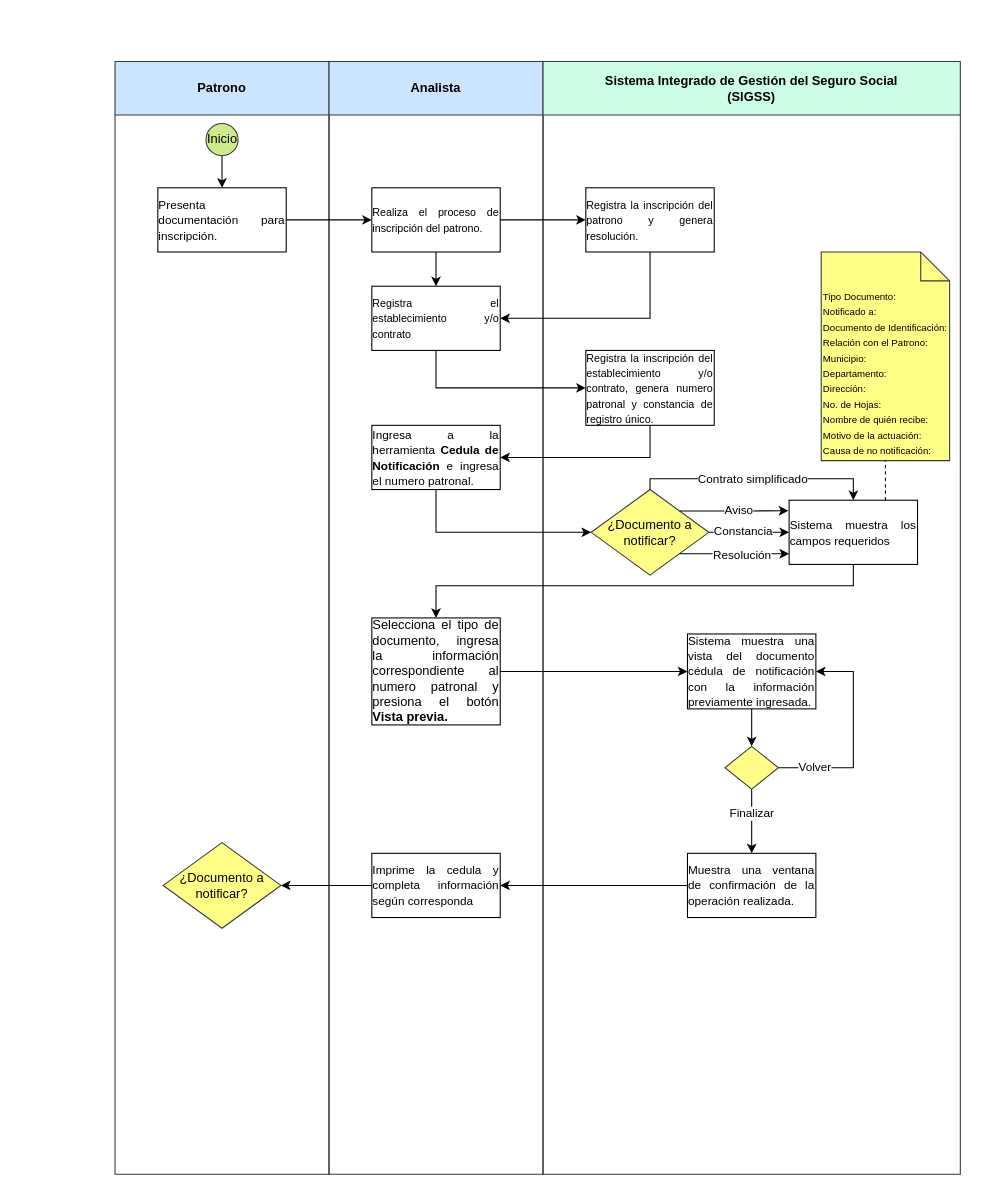
Above: Diagrama sin título.drawio in allanasturias94-design/POO (draw.io), before the change. Source tidied: cells renumbered, new cells numbered last; positions are measured from the earlier drawing's top-left corner, leaving out a move shared by most shapes. Both pictures are drawn from the tidied source at 107%, with x=0, y=0 at pixel (114, 61).
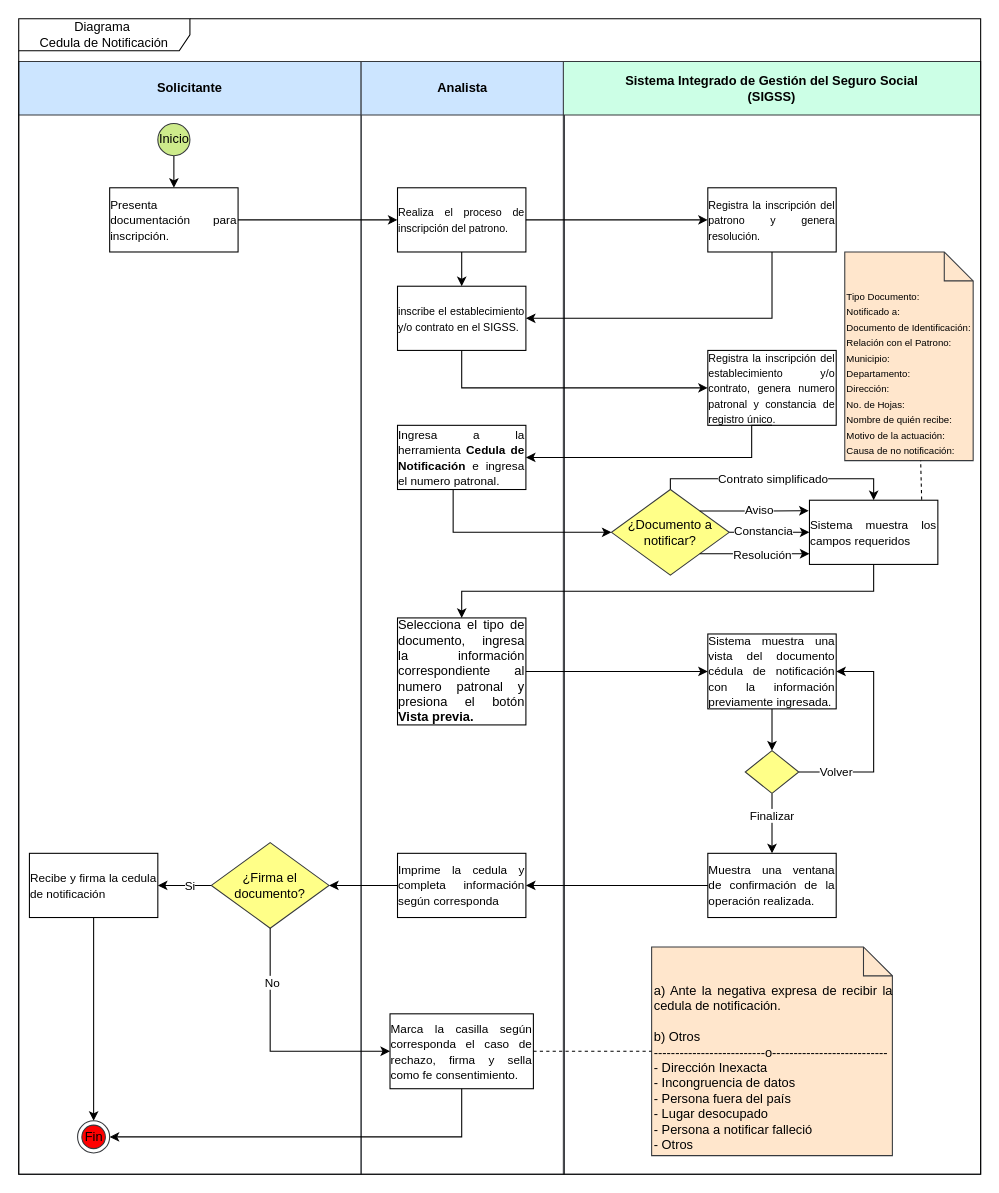
After the change.

The change refers to these unchanged cells:
```xml
<mxCell id="21" value="¿Documento a notificar?" style="rhombus;whiteSpace=wrap;html=1;shapeInside=1;rounded=0;fillColor=#ffff88;strokeColor=#36393d;" parent="14" vertex="1">
  <mxGeometry x="45" y="400" width="110" height="80" as="geometry" />
</mxCell>
<mxCell id="22" value="&lt;div style=&quot;text-align: justify;&quot;&gt;&lt;span style=&quot;font-size: 11px; background-color: transparent; color: light-dark(rgb(0, 0, 0), rgb(255, 255, 255));&quot;&gt;Sistema muestra los campos requeridos&lt;/span&gt;&lt;/div&gt;" style="whiteSpace=wrap;html=1;rounded=0;" parent="14" vertex="1">
  <mxGeometry x="230" y="410" width="120" height="60" as="geometry" />
</mxCell>
<mxCell id="30" value="&lt;div style=&quot;text-align: justify;&quot;&gt;&lt;span style=&quot;background-color: transparent; color: light-dark(rgb(0, 0, 0), rgb(255, 255, 255));&quot;&gt;&lt;font style=&quot;font-size: 11px;&quot;&gt;Sistema muestra una vista del documento cédula de notificación con la información previamente ingresada.&lt;/font&gt;&lt;/span&gt;&lt;/div&gt;" style="whiteSpace=wrap;html=1;rounded=0;" parent="14" vertex="1">
  <mxGeometry x="135" y="535" width="120" height="70" as="geometry" />
</mxCell>
```

Change to the diagram source:
```diff
@@
-    <mxCell id="2" value="Patrono" style="swimlane;whiteSpace=wrap;html=1;startSize=50;fillColor=#cce5ff;strokeColor=#36393d;" parent="1" vertex="1">
-      <mxGeometry width="200" height="1040" as="geometry" />
+    <mxCell id="2" value="Solicitante" style="swimlane;whiteSpace=wrap;html=1;startSize=50;fillColor=#cce5ff;strokeColor=#36393d;" parent="1" vertex="1">
+      <mxGeometry x="-90" width="320" height="1040" as="geometry" />
     </mxCell>
@@
     <mxCell id="4" value="Inicio" style="ellipse;fillColor=#cdeb8b;html=1;strokeColor=#36393d;" parent="2" vertex="1">
-      <mxGeometry x="85" y="58" width="30" height="30" as="geometry" />
+      <mxGeometry x="130" y="58" width="30" height="30" as="geometry" />
     </mxCell>
     <mxCell id="5" value="&lt;div style=&quot;text-align: justify;&quot;&gt;&lt;span style=&quot;background-color: transparent; color: light-dark(rgb(0, 0, 0), rgb(255, 255, 255));&quot;&gt;&lt;font style=&quot;font-size: 11px;&quot;&gt;Presenta documentación para inscripción.&lt;/font&gt;&lt;/span&gt;&lt;/div&gt;" style="rounded=0;whiteSpace=wrap;html=1;" parent="2" vertex="1">
-      <mxGeometry x="40" y="118" width="120" height="60" as="geometry" />
+      <mxGeometry x="85" y="118" width="120" height="60" as="geometry" />
     </mxCell>
+    <mxCell id="47" style="edgeStyle=orthogonalEdgeStyle;rounded=0;jettySize=auto;html=1;" parent="2" edge="1" source="6" target="50">
+      <mxGeometry relative="1" as="geometry" />
+    </mxCell>
+    <mxCell id="48" value="Si" style="edgeLabel;html=1;align=center;verticalAlign=middle;" parent="47" vertex="1">
+      <mxGeometry x="-0.32" relative="1" as="geometry">
+        <mxPoint x="-4" as="offset" />
+      </mxGeometry>
+    </mxCell>
-    <mxCell id="6" value="¿Documento a notificar?" style="rhombus;whiteSpace=wrap;html=1;shapeInside=1;rounded=0;fillColor=#ffff88;strokeColor=#36393d;" parent="2" vertex="1">
-      <mxGeometry x="45" y="730" width="110" height="80" as="geometry" />
+    <mxCell id="6" value="¿Firma el documento?" style="rhombus;whiteSpace=wrap;html=1;shapeInside=1;rounded=0;fillColor=#ffff88;strokeColor=#36393d;" parent="2" vertex="1">
+      <mxGeometry x="180" y="730" width="110" height="80" as="geometry" />
     </mxCell>
+    <mxCell id="49" style="edgeStyle=orthogonalEdgeStyle;rounded=0;jettySize=auto;html=1;entryX=0.5;entryY=0;entryDx=0;entryDy=0;" parent="2" edge="1" source="50" target="51">
+      <mxGeometry relative="1" as="geometry" />
+    </mxCell>
+    <mxCell id="50" value="&lt;div style=&quot;text-align: justify;&quot;&gt;&lt;span style=&quot;background-color: transparent; color: light-dark(rgb(0, 0, 0), rgb(255, 255, 255));&quot;&gt;&lt;font style=&quot;font-size: 11px;&quot;&gt;Recibe y firma la cedula de notificación&lt;/font&gt;&lt;/span&gt;&lt;/div&gt;" style="whiteSpace=wrap;html=1;rounded=0;" parent="2" vertex="1">
+      <mxGeometry x="10" y="740" width="120" height="60" as="geometry" />
+    </mxCell>
+    <mxCell id="51" value="Fin" style="ellipse;html=1;shape=endState;fillColor=#FF0000;strokeColor=#36393d;" parent="2" vertex="1">
+      <mxGeometry x="55" y="990" width="30" height="30" as="geometry" />
+    </mxCell>
     <mxCell id="7" value="Analista" style="swimlane;whiteSpace=wrap;html=1;startSize=50;fillColor=#cce5ff;strokeColor=#36393d;" parent="1" vertex="1">
-      <mxGeometry x="200" width="200" height="1040" as="geometry" />
+      <mxGeometry x="230" width="190" height="1040" as="geometry" />
     </mxCell>
+    <mxCell id="13" value="&lt;div style=&quot;text-align: justify;&quot;&gt;&lt;span style=&quot;background-color: transparent; color: light-dark(rgb(0, 0, 0), rgb(255, 255, 255));&quot;&gt;&lt;font style=&quot;font-size: 11px;&quot;&gt;Imprime la cedula y completa información según corresponda&lt;/font&gt;&lt;/span&gt;&lt;/div&gt;" style="whiteSpace=wrap;html=1;rounded=0;" parent="7" vertex="1">
+      <mxGeometry x="34" y="740" width="120" height="60" as="geometry" />
+    </mxCell>
@@
     <mxCell id="9" value="&lt;div style=&quot;text-align: justify;&quot;&gt;&lt;span style=&quot;font-size: x-small; background-color: transparent; color: light-dark(rgb(0, 0, 0), rgb(255, 255, 255));&quot;&gt;Realiza el proceso de inscripción del patrono.&lt;/span&gt;&lt;/div&gt;" style="whiteSpace=wrap;html=1;rounded=0;" parent="7" vertex="1">
-      <mxGeometry x="40" y="118" width="120" height="60" as="geometry" />
+      <mxGeometry x="34" y="118" width="120" height="60" as="geometry" />
     </mxCell>
-    <mxCell id="10" value="&lt;div style=&quot;text-align: justify;&quot;&gt;&lt;span style=&quot;font-size: x-small; background-color: transparent; color: light-dark(rgb(0, 0, 0), rgb(255, 255, 255));&quot;&gt;Registra el establecimiento y/o contrato&lt;/span&gt;&lt;/div&gt;" style="whiteSpace=wrap;html=1;rounded=0;" parent="7" vertex="1">
-      <mxGeometry x="40" y="210" width="120" height="60" as="geometry" />
+    <mxCell id="10" value="&lt;div style=&quot;text-align: justify;&quot;&gt;&lt;span style=&quot;font-size: x-small; background-color: transparent; color: light-dark(rgb(0, 0, 0), rgb(255, 255, 255));&quot;&gt;inscribe el establecimiento y/o contrato en el SIGSS.&lt;/span&gt;&lt;/div&gt;" style="whiteSpace=wrap;html=1;rounded=0;" parent="7" vertex="1">
+      <mxGeometry x="34" y="210" width="120" height="60" as="geometry" />
     </mxCell>
     <mxCell id="11" value="&lt;div style=&quot;text-align: justify;&quot;&gt;&lt;span style=&quot;font-size: 11px; background-color: transparent; color: light-dark(rgb(0, 0, 0), rgb(255, 255, 255));&quot;&gt;Ingresa a la herramienta &lt;b&gt;Cedula de Notificación&lt;/b&gt; e ingresa el numero patronal.&lt;/span&gt;&lt;/div&gt;" style="whiteSpace=wrap;html=1;rounded=0;" parent="7" vertex="1">
-      <mxGeometry x="40" y="340" width="120" height="60" as="geometry" />
+      <mxGeometry x="34" y="340" width="120" height="60" as="geometry" />
     </mxCell>
     <mxCell id="12" value="&lt;div style=&quot;text-align: justify;&quot;&gt;&lt;span style=&quot;background-color: transparent; color: light-dark(rgb(0, 0, 0), rgb(255, 255, 255));&quot;&gt;Selecciona el tipo de documento, ingresa la información correspondiente al numero patronal y presiona el botón &lt;b&gt;Vista previa.&lt;/b&gt;&lt;/span&gt;&lt;/div&gt;" style="whiteSpace=wrap;html=1;rounded=0;" parent="7" vertex="1">
-      <mxGeometry x="40" y="520" width="120" height="100" as="geometry" />
+      <mxGeometry x="34" y="520" width="120" height="100" as="geometry" />
     </mxCell>
-    <mxCell id="13" value="&lt;div style=&quot;text-align: justify;&quot;&gt;&lt;span style=&quot;background-color: transparent; color: light-dark(rgb(0, 0, 0), rgb(255, 255, 255));&quot;&gt;&lt;font style=&quot;font-size: 11px;&quot;&gt;Imprime la cedula y completa información según corresponda&lt;/font&gt;&lt;/span&gt;&lt;/div&gt;" style="whiteSpace=wrap;html=1;rounded=0;" parent="7" vertex="1">
-      <mxGeometry x="40" y="740" width="120" height="60" as="geometry" />
-    </mxCell>
+    <mxCell id="52" value="&lt;div style=&quot;text-align: justify;&quot;&gt;&lt;span style=&quot;background-color: transparent; color: light-dark(rgb(0, 0, 0), rgb(255, 255, 255));&quot;&gt;&lt;font style=&quot;font-size: 11px;&quot;&gt;Marca la casilla según corresponda el caso de rechazo, firma y sella como fe consentimiento.&lt;/font&gt;&lt;/span&gt;&lt;/div&gt;" style="whiteSpace=wrap;html=1;rounded=0;" parent="7" vertex="1">
+      <mxGeometry x="27" y="890" width="134" height="70" as="geometry" />
+    </mxCell>
     <mxCell id="14" value="Sistema Integrado de Gestión del Seguro Social&lt;div&gt;(SIGSS)&lt;/div&gt;" style="swimlane;whiteSpace=wrap;html=1;startSize=50;fillColor=#CCFFE6;strokeColor=#36393d;" parent="1" vertex="1">
-      <mxGeometry x="400" width="390" height="1040" as="geometry" />
+      <mxGeometry x="419" width="390" height="1040" as="geometry" />
     </mxCell>
     <mxCell id="15" value="&lt;div style=&quot;text-align: justify;&quot;&gt;&lt;font size=&quot;1&quot;&gt;Registra la inscripción del patrono y genera resolución.&lt;/font&gt;&lt;/div&gt;" style="whiteSpace=wrap;html=1;rounded=0;" parent="14" vertex="1">
-      <mxGeometry x="40" y="118" width="120" height="60" as="geometry" />
+      <mxGeometry x="135" y="118" width="120" height="60" as="geometry" />
     </mxCell>
     <mxCell id="16" value="&lt;div style=&quot;text-align: justify;&quot;&gt;&lt;font size=&quot;1&quot;&gt;Registra la inscripción del establecimiento y/o contrato, genera numero patronal y constancia de registro único.&lt;/font&gt;&lt;/div&gt;" style="whiteSpace=wrap;html=1;rounded=0;" parent="14" vertex="1">
-      <mxGeometry x="40" y="270" width="120" height="70" as="geometry" />
+      <mxGeometry x="135" y="270" width="120" height="70" as="geometry" />
     </mxCell>
@@
-    <mxCell id="27" value="&lt;div&gt;&lt;font style=&quot;font-size: 9px;&quot;&gt;Tipo Documento:&lt;/font&gt;&lt;/div&gt;&lt;div&gt;&lt;font style=&quot;font-size: 9px;&quot;&gt;Notificado a:&lt;/font&gt;&lt;/div&gt;&lt;div&gt;&lt;font style=&quot;font-size: 9px;&quot;&gt;Documento de Identificación:&lt;/font&gt;&lt;/div&gt;&lt;div&gt;&lt;font style=&quot;font-size: 9px;&quot;&gt;Relación con el Patrono:&lt;/font&gt;&lt;/div&gt;&lt;div&gt;&lt;font style=&quot;font-size: 9px;&quot;&gt;Municipio:&lt;/font&gt;&lt;/div&gt;&lt;div&gt;&lt;font style=&quot;font-size: 9px;&quot;&gt;Departamento:&lt;/font&gt;&lt;/div&gt;&lt;div&gt;&lt;font style=&quot;font-size: 9px;&quot;&gt;Dirección:&lt;/font&gt;&lt;/div&gt;&lt;div&gt;&lt;font style=&quot;font-size: 9px;&quot;&gt;No. de Hojas:&lt;/font&gt;&lt;/div&gt;&lt;div&gt;&lt;font style=&quot;font-size: 9px;&quot;&gt;Nombre de quién recibe:&lt;/font&gt;&lt;/div&gt;&lt;div&gt;&lt;font style=&quot;font-size: 9px;&quot;&gt;Motivo de la actuación:&amp;nbsp;&lt;/font&gt;&lt;/div&gt;&lt;div&gt;&lt;font style=&quot;font-size: 9px;&quot;&gt;Causa de no notificación:&lt;/font&gt;&lt;/div&gt;&lt;div&gt;&lt;br&gt;&lt;/div&gt;" style="shape=note2;boundedLbl=1;whiteSpace=wrap;html=1;size=27;verticalAlign=top;align=left;fillColor=#ffff88;strokeColor=#36393d;" parent="14" vertex="1">
-      <mxGeometry x="260" y="178" width="120" height="195" as="geometry" />
+    <mxCell id="27" value="&lt;div&gt;&lt;font style=&quot;font-size: 9px;&quot;&gt;Tipo Documento:&lt;/font&gt;&lt;/div&gt;&lt;div&gt;&lt;font style=&quot;font-size: 9px;&quot;&gt;Notificado a:&lt;/font&gt;&lt;/div&gt;&lt;div&gt;&lt;font style=&quot;font-size: 9px;&quot;&gt;Documento de Identificación:&lt;/font&gt;&lt;/div&gt;&lt;div&gt;&lt;font style=&quot;font-size: 9px;&quot;&gt;Relación con el Patrono:&lt;/font&gt;&lt;/div&gt;&lt;div&gt;&lt;font style=&quot;font-size: 9px;&quot;&gt;Municipio:&lt;/font&gt;&lt;/div&gt;&lt;div&gt;&lt;font style=&quot;font-size: 9px;&quot;&gt;Departamento:&lt;/font&gt;&lt;/div&gt;&lt;div&gt;&lt;font style=&quot;font-size: 9px;&quot;&gt;Dirección:&lt;/font&gt;&lt;/div&gt;&lt;div&gt;&lt;font style=&quot;font-size: 9px;&quot;&gt;No. de Hojas:&lt;/font&gt;&lt;/div&gt;&lt;div&gt;&lt;font style=&quot;font-size: 9px;&quot;&gt;Nombre de quién recibe:&lt;/font&gt;&lt;/div&gt;&lt;div&gt;&lt;font style=&quot;font-size: 9px;&quot;&gt;Motivo de la actuación:&amp;nbsp;&lt;/font&gt;&lt;/div&gt;&lt;div&gt;&lt;font style=&quot;font-size: 9px;&quot;&gt;Causa de no notificación:&lt;/font&gt;&lt;/div&gt;&lt;div&gt;&lt;br&gt;&lt;/div&gt;" style="shape=note2;boundedLbl=1;whiteSpace=wrap;html=1;size=27;verticalAlign=top;align=left;fillColor=#FFE6CC;strokeColor=#36393d;" parent="14" vertex="1">
+      <mxGeometry x="263" y="178" width="120" height="195" as="geometry" />
     </mxCell>
-    <mxCell id="28" style="endArrow=none;dashed=1;html=1;rounded=0;exitX=0.75;exitY=0;exitDx=0;exitDy=0;entryX=0.5;entryY=1;entryDx=0;entryDy=0;entryPerimeter=0;" parent="14" edge="1" source="22" target="27">
+    <mxCell id="28" style="endArrow=none;dashed=1;html=1;rounded=0;exitX=0.874;exitY=-0.009;exitDx=0;exitDy=0;entryX=0.591;entryY=1;entryDx=0;entryDy=0;entryPerimeter=0;exitPerimeter=0;" parent="14" edge="1" source="22" target="27">
       <mxGeometry relative="1" as="geometry" />
     </mxCell>
@@
     <mxCell id="33" style="edgeStyle=orthogonalEdgeStyle;rounded=0;jettySize=auto;html=1;exitX=1;exitY=0.5;exitDx=0;exitDy=0;entryX=1;entryY=0.5;entryDx=0;entryDy=0;" parent="14" edge="1" source="35" target="30">
       <mxGeometry relative="1" as="geometry">
         <Array as="points">
-          <mxPoint x="290" y="660" />
+          <mxPoint x="290" y="664" />
           <mxPoint x="290" y="570" />
         </Array>
       </mxGeometry>
     </mxCell>
@@
     <mxCell id="35" value="&lt;div&gt;&lt;br/&gt;&lt;/div&gt;" style="rhombus;whiteSpace=wrap;html=1;shapeInside=1;rounded=0;fillColor=#ffff88;strokeColor=#36393d;" parent="14" vertex="1">
-      <mxGeometry x="170" y="640" width="50" height="40" as="geometry" />
+      <mxGeometry x="170" y="644" width="50" height="40" as="geometry" />
     </mxCell>
@@
+    <mxCell id="53" value="&lt;div style=&quot;text-align: justify;&quot;&gt;a) Ante la negativa expresa de recibir la cedula de notificación.&lt;/div&gt;&lt;div style=&quot;text-align: justify;&quot;&gt;&lt;br&gt;&lt;/div&gt;&lt;div style=&quot;text-align: justify;&quot;&gt;b) Otros&lt;/div&gt;&lt;div style=&quot;text-align: justify;&quot;&gt;--------------------------o---------------------------&lt;/div&gt;&lt;div style=&quot;text-align: justify;&quot;&gt;- Dirección Inexacta&lt;/div&gt;&lt;div style=&quot;text-align: justify;&quot;&gt;- Incongruencia de datos&lt;/div&gt;&lt;div style=&quot;text-align: justify;&quot;&gt;- Persona fuera del país&lt;/div&gt;&lt;div style=&quot;text-align: justify;&quot;&gt;- Lugar desocupado&lt;/div&gt;&lt;div style=&quot;text-align: justify;&quot;&gt;- Persona a notificar falleció&lt;/div&gt;&lt;div style=&quot;text-align: justify;&quot;&gt;- Otros&lt;/div&gt;&lt;div style=&quot;text-align: justify;&quot;&gt;&lt;br&gt;&lt;/div&gt;" style="shape=note2;boundedLbl=1;whiteSpace=wrap;html=1;size=27;verticalAlign=top;align=left;fillColor=#FFE6CC;strokeColor=#36393d;" parent="14" vertex="1">
+      <mxGeometry x="82.5" y="827.5" width="225" height="195" as="geometry" />
+    </mxCell>
@@
-    <mxCell id="40" style="edgeStyle=orthogonalEdgeStyle;rounded=0;jettySize=auto;html=1;exitX=0.5;exitY=1;exitDx=0;exitDy=0;entryX=0;entryY=0.5;entryDx=0;entryDy=0;" parent="1" edge="1" source="10" target="16">
-      <mxGeometry relative="1" as="geometry" />
-    </mxCell>
-    <mxCell id="41" style="edgeStyle=orthogonalEdgeStyle;rounded=0;jettySize=auto;html=1;" parent="1" edge="1" source="16" target="11">
+    <mxCell id="41" style="edgeStyle=orthogonalEdgeStyle;rounded=0;jettySize=auto;html=1;exitX=0.5;exitY=1;exitDx=0;exitDy=0;" parent="1" edge="1" source="16" target="11">
       <mxGeometry relative="1" as="geometry">
         <Array as="points">
-          <mxPoint x="500" y="370" />
+          <mxPoint x="595" y="370" />
         </Array>
       </mxGeometry>
     </mxCell>
-    <mxCell id="42" style="edgeStyle=orthogonalEdgeStyle;rounded=0;jettySize=auto;html=1;" parent="1" edge="1" source="11" target="21">
-      <mxGeometry relative="1" as="geometry">
-        <Array as="points">
-          <mxPoint x="300" y="440" />
-        </Array>
-      </mxGeometry>
-    </mxCell>
-    <mxCell id="43" style="edgeStyle=orthogonalEdgeStyle;rounded=0;jettySize=auto;html=1;" parent="1" edge="1" source="22" target="12">
-      <mxGeometry relative="1" as="geometry">
-        <Array as="points">
-          <mxPoint x="690" y="490" />
-          <mxPoint x="300" y="490" />
-        </Array>
-      </mxGeometry>
-    </mxCell>
@@
+    <mxCell id="40" style="edgeStyle=orthogonalEdgeStyle;rounded=0;jettySize=auto;html=1;exitX=0.5;exitY=1;exitDx=0;exitDy=0;entryX=0;entryY=0.5;entryDx=0;entryDy=0;" parent="1" edge="1" source="10" target="16">
+      <mxGeometry relative="1" as="geometry" />
+    </mxCell>
+    <mxCell id="43" style="edgeStyle=orthogonalEdgeStyle;rounded=0;jettySize=auto;html=1;exitX=0.5;exitY=1;exitDx=0;exitDy=0;entryX=0.5;entryY=0;entryDx=0;entryDy=0;" parent="1" edge="1" source="22" target="12">
+      <mxGeometry relative="1" as="geometry" />
+    </mxCell>
+    <mxCell id="54" style="endArrow=none;dashed=1;html=1;rounded=0;entryX=0;entryY=0.5;entryDx=0;entryDy=0;entryPerimeter=0;exitX=1;exitY=0.5;exitDx=0;exitDy=0;" parent="1" edge="1" source="52" target="53">
+      <mxGeometry relative="1" as="geometry" />
+    </mxCell>
+    <mxCell id="55" style="edgeStyle=orthogonalEdgeStyle;rounded=0;jettySize=auto;html=1;exitX=0.5;exitY=1;exitDx=0;exitDy=0;entryX=0;entryY=0.5;entryDx=0;entryDy=0;" parent="1" edge="1" source="6" target="52">
+      <mxGeometry relative="1" as="geometry" />
+    </mxCell>
+    <mxCell id="56" value="No" style="edgeLabel;html=1;align=center;verticalAlign=middle;" parent="55" vertex="1">
+      <mxGeometry x="0.3" relative="1" as="geometry">
+        <mxPoint x="-32" y="-65" as="offset" />
+      </mxGeometry>
+    </mxCell>
+    <mxCell id="57" style="edgeStyle=orthogonalEdgeStyle;rounded=0;jettySize=auto;html=1;exitX=0.5;exitY=1;exitDx=0;exitDy=0;entryX=1;entryY=0.5;entryDx=0;entryDy=0;" parent="1" edge="1" source="52" target="51">
+      <mxGeometry relative="1" as="geometry" />
+    </mxCell>
+    <mxCell id="42" style="edgeStyle=orthogonalEdgeStyle;rounded=0;jettySize=auto;html=1;exitX=0.5;exitY=1;exitDx=0;exitDy=0;entryX=0;entryY=0.5;entryDx=0;entryDy=0;" parent="1" edge="1" source="11" target="21">
+      <mxGeometry relative="1" as="geometry">
+        <Array as="points">
+          <mxPoint x="316" y="440" />
+        </Array>
+      </mxGeometry>
+    </mxCell>
+    <mxCell id="58" value="Diagrama&amp;nbsp;&lt;div&gt;Cedula de Notificación&lt;/div&gt;" style="shape=umlFrame;whiteSpace=wrap;html=1;width=160;fillColor=#FFFFFF;" parent="1" vertex="1">
+      <mxGeometry x="-90" y="-40" width="899" height="1080" as="geometry" />
+    </mxCell>
```
